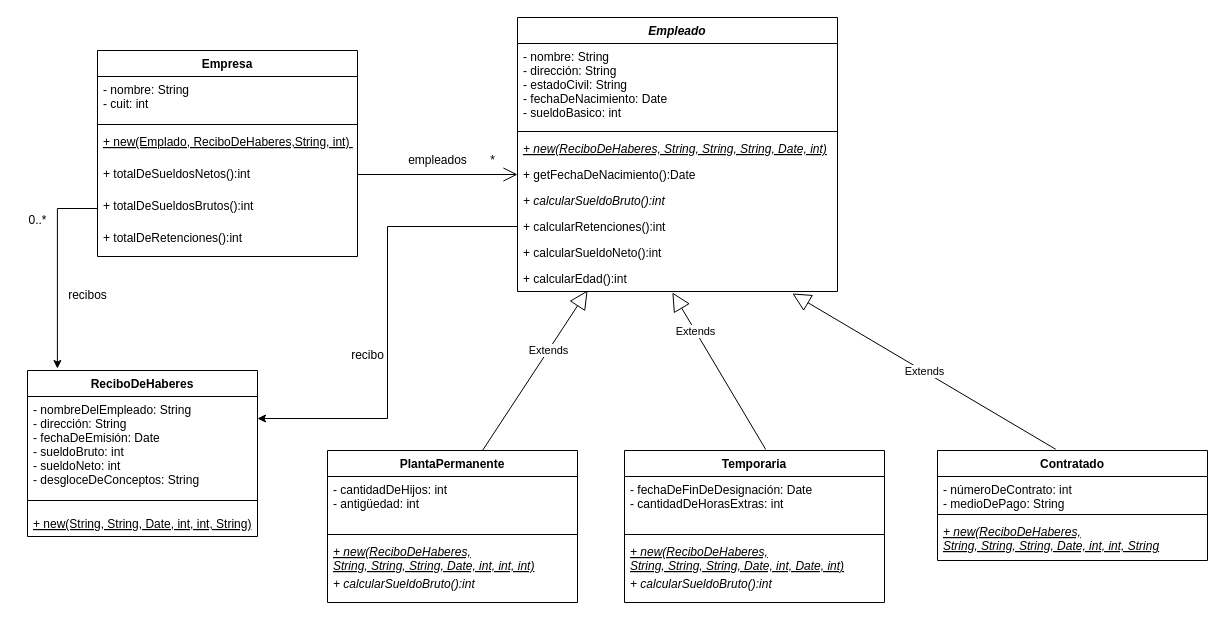
The draw.io diagram Ejercicio 1 - TP 02 - Obj2-UNQ.drawio in nhubczyk/Obj2-TP-02-UNQ, before the edit. Source tidied: cells renumbered, new cells numbered last; positions are measured from the earlier drawing's top-left corner, leaving out a move shared by most shapes. Both pictures are drawn from the tidied source at 100%, with x=0, y=0 at pixel (17, 17).
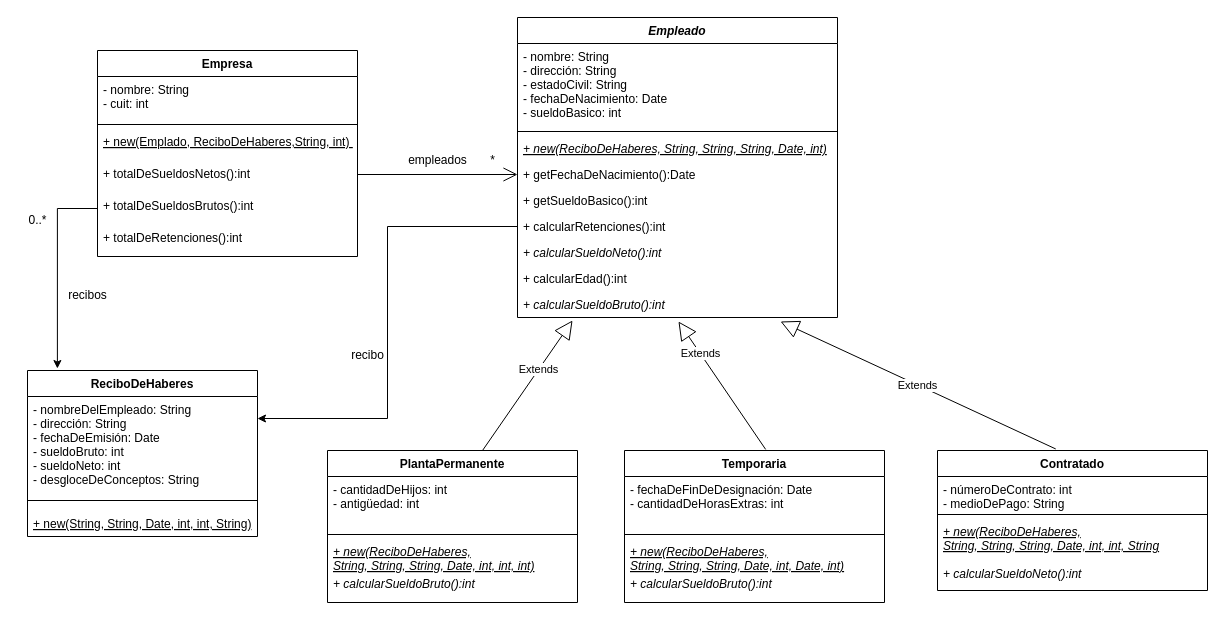
The same page after the edit.

The change refers to these unchanged cells:
```xml
<mxCell id="11" value="PlantaPermanente" style="swimlane;fontStyle=1;align=center;verticalAlign=top;horizontal=1;startSize=26;" parent="1" vertex="1">
  <mxGeometry x="310" y="433" width="250" height="152" as="geometry" />
</mxCell>
<mxCell id="16" value="Temporaria" style="swimlane;fontStyle=1;align=center;verticalAlign=top;horizontal=1;startSize=26;" parent="1" vertex="1">
  <mxGeometry x="607" y="433" width="260" height="152" as="geometry" />
</mxCell>
<mxCell id="31" value="+ calcularEdad():int" style="text;strokeColor=none;fillColor=none;align=left;verticalAlign=top;spacingLeft=4;spacingRight=4;overflow=hidden;points=[[0,0.5],[1,0.5]];portConstraint=eastwest;fontStyle=0;" parent="23" vertex="1">
  <mxGeometry y="248" width="320" height="26" as="geometry" />
</mxCell>
```

What changed in the source:
```diff
@@
-    <mxCell id="21" value="Extends" style="endArrow=block;endSize=16;endFill=0;html=1;rounded=0;exitX=0.62;exitY=0;exitDx=0;exitDy=0;exitPerimeter=0;entryX=0.219;entryY=0.962;entryDx=0;entryDy=0;entryPerimeter=0;" parent="1" edge="1" source="11" target="31">
+    <mxCell id="21" value="Extends" style="endArrow=block;endSize=16;endFill=0;html=1;rounded=0;exitX=0.62;exitY=0;exitDx=0;exitDy=0;exitPerimeter=0;entryX=0.172;entryY=1.115;entryDx=0;entryDy=0;entryPerimeter=0;" parent="1" edge="1" source="11" target="47">
       <mxGeometry x="0.25" relative="1" as="geometry" />
     </mxCell>
-    <mxCell id="22" value="Extends" style="endArrow=block;endSize=16;endFill=0;html=1;rounded=0;exitX=0.543;exitY=-0.007;exitDx=0;exitDy=0;exitPerimeter=0;entryX=0.484;entryY=1.038;entryDx=0;entryDy=0;entryPerimeter=0;" parent="1" edge="1" source="16" target="31">
+    <mxCell id="22" value="Extends" style="endArrow=block;endSize=16;endFill=0;html=1;rounded=0;exitX=0.543;exitY=-0.007;exitDx=0;exitDy=0;exitPerimeter=0;entryX=0.503;entryY=1.154;entryDx=0;entryDy=0;entryPerimeter=0;" parent="1" edge="1" source="16" target="47">
       <mxGeometry x="0.5" relative="1" as="geometry" />
     </mxCell>
     <mxCell id="23" value="Empleado" style="swimlane;fontStyle=3;align=center;verticalAlign=top;horizontal=1;startSize=26;" parent="1" vertex="1">
-      <mxGeometry x="500" width="320" height="274" as="geometry" />
+      <mxGeometry x="500" width="320" height="300" as="geometry" />
     </mxCell>
@@
-    <mxCell id="28" value="+ calcularSueldoBruto():int" style="text;strokeColor=none;fillColor=none;align=left;verticalAlign=top;spacingLeft=4;spacingRight=4;overflow=hidden;fontStyle=2;" parent="23" vertex="1">
+    <mxCell id="28" value="+ getSueldoBasico():int" style="text;strokeColor=none;fillColor=none;align=left;verticalAlign=top;spacingLeft=4;spacingRight=4;overflow=hidden;fontStyle=0;" parent="23" vertex="1">
       <mxGeometry y="170" width="320" height="26" as="geometry" />
     </mxCell>
@@
-    <mxCell id="30" value="+ calcularSueldoNeto():int&#10;" style="text;strokeColor=none;fillColor=none;align=left;verticalAlign=top;spacingLeft=4;spacingRight=4;overflow=hidden;fontStyle=0;" parent="23" vertex="1">
+    <mxCell id="30" value="+ calcularSueldoNeto():int&#10;" style="text;strokeColor=none;fillColor=none;align=left;verticalAlign=top;spacingLeft=4;spacingRight=4;overflow=hidden;fontStyle=2;" parent="23" vertex="1">
       <mxGeometry y="222" width="320" height="26" as="geometry" />
     </mxCell>
@@
+    <mxCell id="47" value="+ calcularSueldoBruto():int" style="text;strokeColor=none;fillColor=none;align=left;verticalAlign=top;spacingLeft=4;spacingRight=4;overflow=hidden;points=[[0,0.5],[1,0.5]];portConstraint=eastwest;fontStyle=2;" parent="23" vertex="1">
+      <mxGeometry y="274" width="320" height="26" as="geometry" />
+    </mxCell>
@@
     <mxCell id="42" value="Contratado" style="swimlane;fontStyle=1;align=center;verticalAlign=top;horizontal=1;startSize=26;" parent="1" vertex="1">
-      <mxGeometry x="920" y="433" width="270" height="110" as="geometry" />
+      <mxGeometry x="920" y="433" width="270" height="140" as="geometry" />
     </mxCell>
@@
+    <mxCell id="48" value="+ calcularSueldoNeto():int&#10;" style="text;strokeColor=none;fillColor=none;align=left;verticalAlign=top;spacingLeft=4;spacingRight=4;overflow=hidden;fontStyle=2;" parent="42" vertex="1">
+      <mxGeometry y="110" width="270" height="30" as="geometry" />
+    </mxCell>
-    <mxCell id="46" value="Extends" style="endArrow=block;endSize=16;endFill=0;html=1;rounded=0;exitX=0.438;exitY=-0.011;exitDx=0;exitDy=0;exitPerimeter=0;entryX=0.859;entryY=1.077;entryDx=0;entryDy=0;entryPerimeter=0;" parent="1" edge="1" source="42" target="31">
+    <mxCell id="46" value="Extends" style="endArrow=block;endSize=16;endFill=0;html=1;rounded=0;exitX=0.438;exitY=-0.011;exitDx=0;exitDy=0;exitPerimeter=0;entryX=0.822;entryY=1.154;entryDx=0;entryDy=0;entryPerimeter=0;" parent="1" edge="1" source="42" target="47">
       <mxGeometry relative="1" as="geometry" />
     </mxCell>
```
